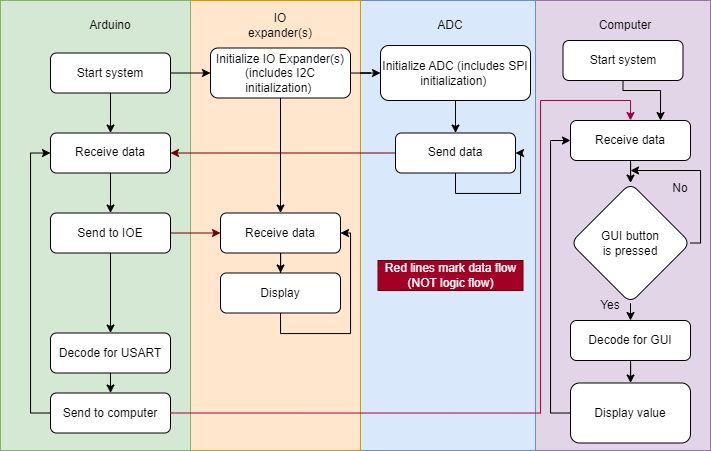
Earlier version of the draw.io export MicroFC.png (NaLelqGoshkaFerarito/I2C_Project). Source tidied: cells renumbered, new cells last; positions are measured from the earlier drawing's top-left corner, leaving out a move shared by most shapes.
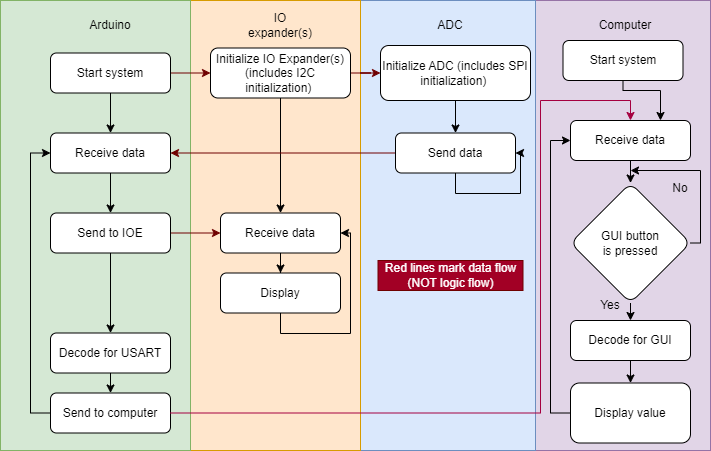
Later version of the same file.

Diff of the diagram source:
```diff
@@ -59,7 +59,7 @@
     <mxCell id="18" value="Display" style="rounded=1;whiteSpace=wrap;html=1;fontSize=12;glass=0;strokeWidth=1;shadow=0;" parent="1" vertex="1">
       <mxGeometry x="220" y="272.5" width="120" height="40" as="geometry" />
     </mxCell>
-    <mxCell id="19" style="edgeStyle=orthogonalEdgeStyle;rounded=0;jettySize=auto;html=1;" parent="1" edge="1" source="21" target="24">
+    <mxCell id="19" style="edgeStyle=orthogonalEdgeStyle;rounded=0;jettySize=auto;html=1;fillColor=#a20025;strokeColor=#6F0000;" parent="1" edge="1" source="21" target="24">
       <mxGeometry relative="1" as="geometry" />
     </mxCell>
     <mxCell id="20" style="edgeStyle=orthogonalEdgeStyle;rounded=0;jettySize=auto;html=1;" parent="1" edge="1" source="21" target="30">
@@ -68,7 +68,7 @@
     <mxCell id="21" value="Start system" style="rounded=1;whiteSpace=wrap;html=1;fontSize=12;glass=0;strokeWidth=1;shadow=0;" parent="1" vertex="1">
       <mxGeometry x="50" y="52.5" width="120" height="40" as="geometry" />
     </mxCell>
-    <mxCell id="22" style="edgeStyle=orthogonalEdgeStyle;rounded=0;jettySize=auto;html=1;" parent="1" edge="1" source="24" target="26">
+    <mxCell id="22" style="edgeStyle=orthogonalEdgeStyle;rounded=0;jettySize=auto;html=1;fillColor=#a20025;strokeColor=#6F0000;" parent="1" edge="1" source="24" target="26">
       <mxGeometry relative="1" as="geometry" />
     </mxCell>
     <mxCell id="23" style="edgeStyle=orthogonalEdgeStyle;rounded=0;jettySize=auto;html=1;" parent="1" edge="1" source="24" target="14">
```
